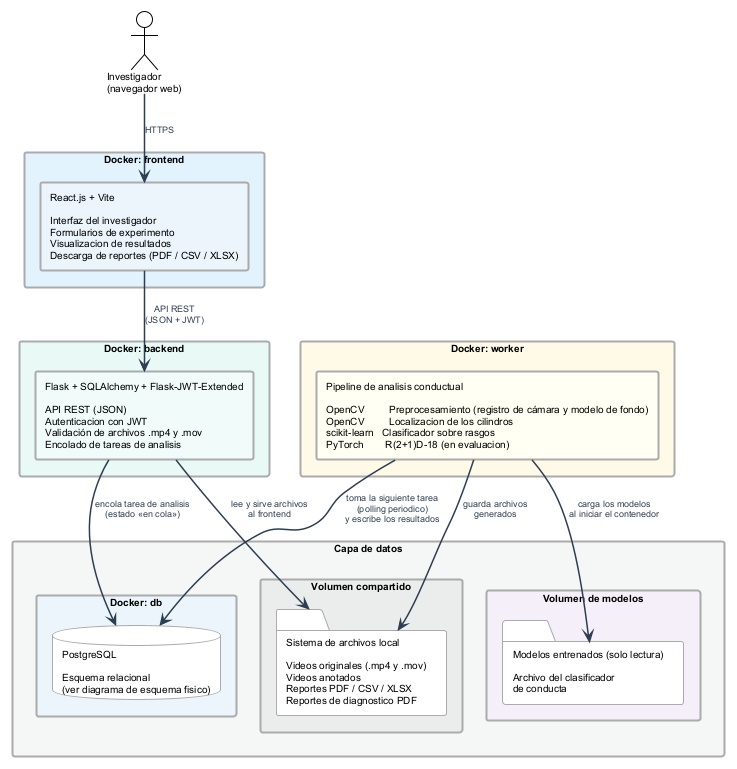
ErickJester/fst-ai-system-latex keeps this PlantUML diagram as figures/mermaid/arquitectura_software.png. Above is the earlier version.
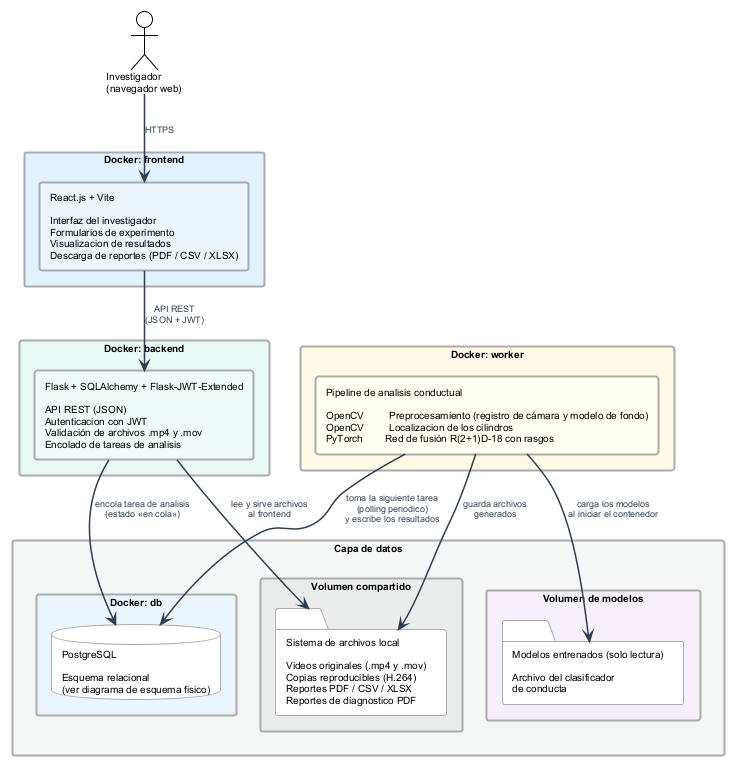
After the change.

Diff of the diagram source:
```diff
@@ -32,7 +32,7 @@
 
 
 rectangle "Docker: worker" as C_WK #FEF9E7 {
-  rectangle "Pipeline de analisis conductual\n\nOpenCV         Preprocesamiento (registro de cámara y modelo de fondo)\nOpenCV         Localizacion de los cilindros\nscikit-learn   Clasificador sobre rasgos\nPyTorch        R(2+1)D-18 (en evaluacion)" as WK #FFFEF2
+  rectangle "Pipeline de analisis conductual\n\nOpenCV         Preprocesamiento (registro de cámara y modelo de fondo)\nOpenCV         Localizacion de los cilindros\nPyTorch        Red de fusión R(2+1)D-18 con rasgos" as WK #FFFEF2
 }
 
 
@@ -43,7 +43,7 @@
   }
 
   rectangle "Volumen compartido" as C_FS #EAEDED {
-    folder "Sistema de archivos local\n\nVideos originales (.mp4 y .mov)\nVideos anotados\nReportes PDF / CSV / XLSX\nReportes de diagnostico PDF" as FS
+    folder "Sistema de archivos local\n\nVideos originales (.mp4 y .mov)\nCopias reproducibles (H.264)\nReportes PDF / CSV / XLSX\nReportes de diagnostico PDF" as FS
   }
 
   rectangle "Volumen de modelos" as C_MD #F5EEF8 {
```
